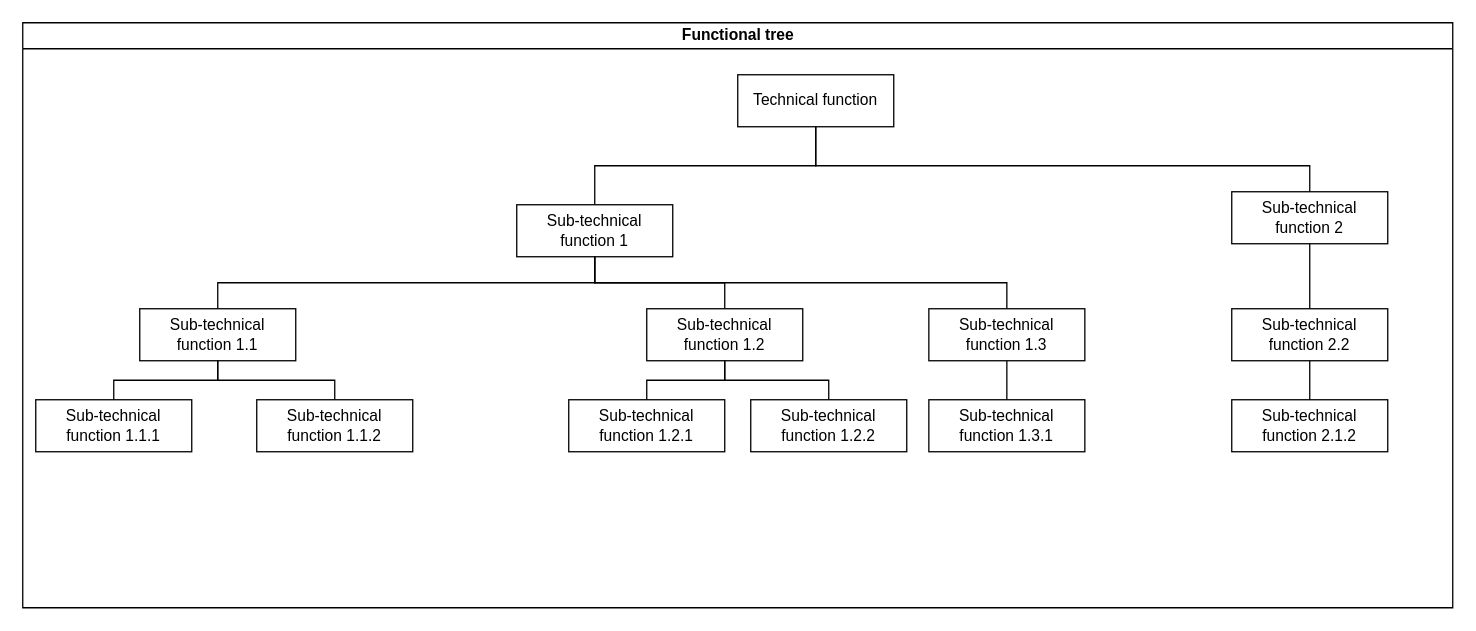
amerezoji1362/drawio-github keeps this draw.io diagram as Functional tree for template.drawio. Above is the earlier version. Source tidied: cells renumbered, new cells numbered last; positions are measured from the earlier drawing's top-left corner, leaving out a move shared by most shapes. Both pictures are drawn from the tidied source at 130%, with x=0, y=0 at pixel (22, 22).
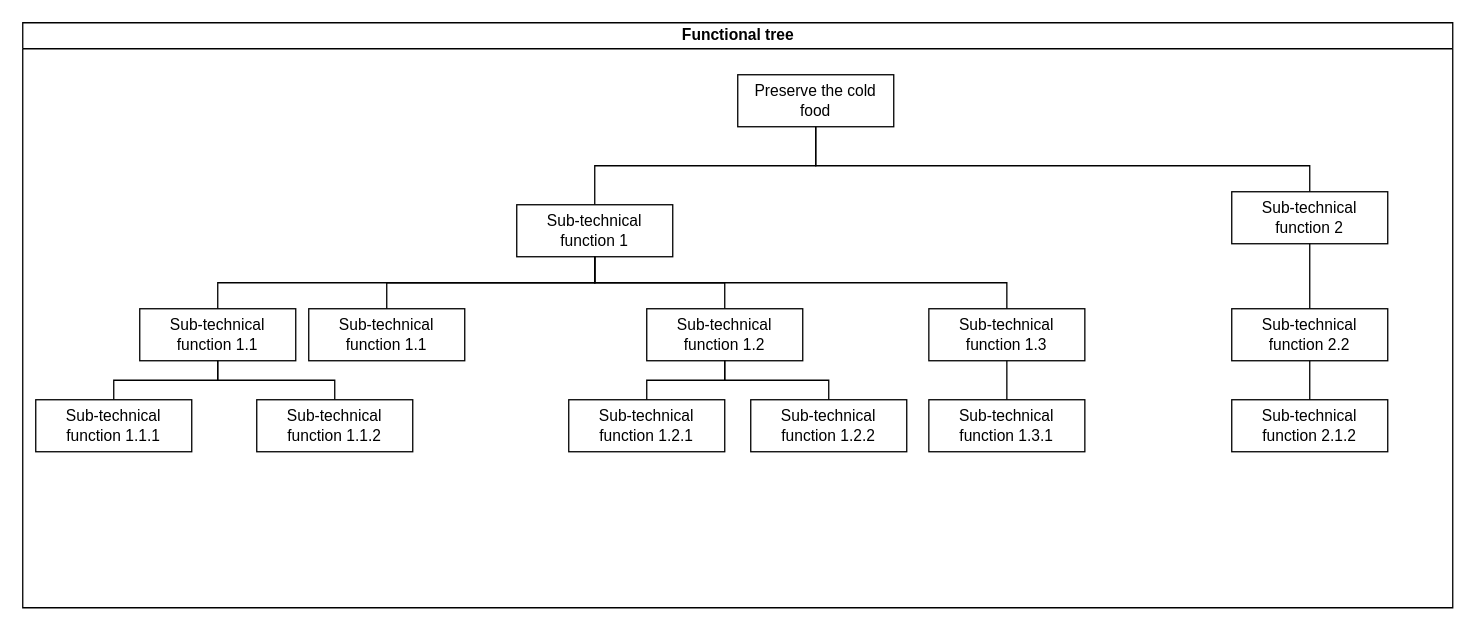
The same diagram, later.

Unchanged cells that the change refers to:
```xml
<mxCell id="2" value="Functional tree" style="swimlane;html=1;startSize=20;horizontal=1;containerType=tree;" parent="1" vertex="1">
  <mxGeometry width="1100" height="450" as="geometry" />
</mxCell>
<mxCell id="5" value="Sub-technical function 1" style="whiteSpace=wrap;html=1;newEdgeStyle={&quot;edgeStyle&quot;:&quot;elbowEdgeStyle&quot;,&quot;startArrow&quot;:&quot;none&quot;,&quot;endArrow&quot;:&quot;none&quot;};" parent="2" vertex="1">
  <mxGeometry x="380" y="140" width="120" height="40" as="geometry" />
</mxCell>
```

Change to the diagram source:
```diff
@@
-    <mxCell id="4" value="Technical function " style="whiteSpace=wrap;html=1;newEdgeStyle={&quot;edgeStyle&quot;:&quot;elbowEdgeStyle&quot;,&quot;startArrow&quot;:&quot;none&quot;,&quot;endArrow&quot;:&quot;none&quot;};" parent="2" vertex="1">
+    <mxCell id="4" value="Preserve the cold food" style="whiteSpace=wrap;html=1;newEdgeStyle={&quot;edgeStyle&quot;:&quot;elbowEdgeStyle&quot;,&quot;startArrow&quot;:&quot;none&quot;,&quot;endArrow&quot;:&quot;none&quot;};" parent="2" vertex="1">
       <mxGeometry x="550" y="40" width="120" height="40" as="geometry" />
     </mxCell>
@@
+    <mxCell id="28" style="edgeStyle=elbowEdgeStyle;elbow=vertical;startArrow=none;endArrow=none;rounded=0;" parent="2" edge="1" source="5" target="29">
+      <mxGeometry relative="1" as="geometry" />
+    </mxCell>
+    <mxCell id="29" value="Sub-technical function 1.1" style="whiteSpace=wrap;html=1;newEdgeStyle={&quot;edgeStyle&quot;:&quot;elbowEdgeStyle&quot;,&quot;startArrow&quot;:&quot;none&quot;,&quot;endArrow&quot;:&quot;none&quot;};" parent="2" vertex="1">
+      <mxGeometry x="220" y="220" width="120" height="40" as="geometry" />
+    </mxCell>
```
